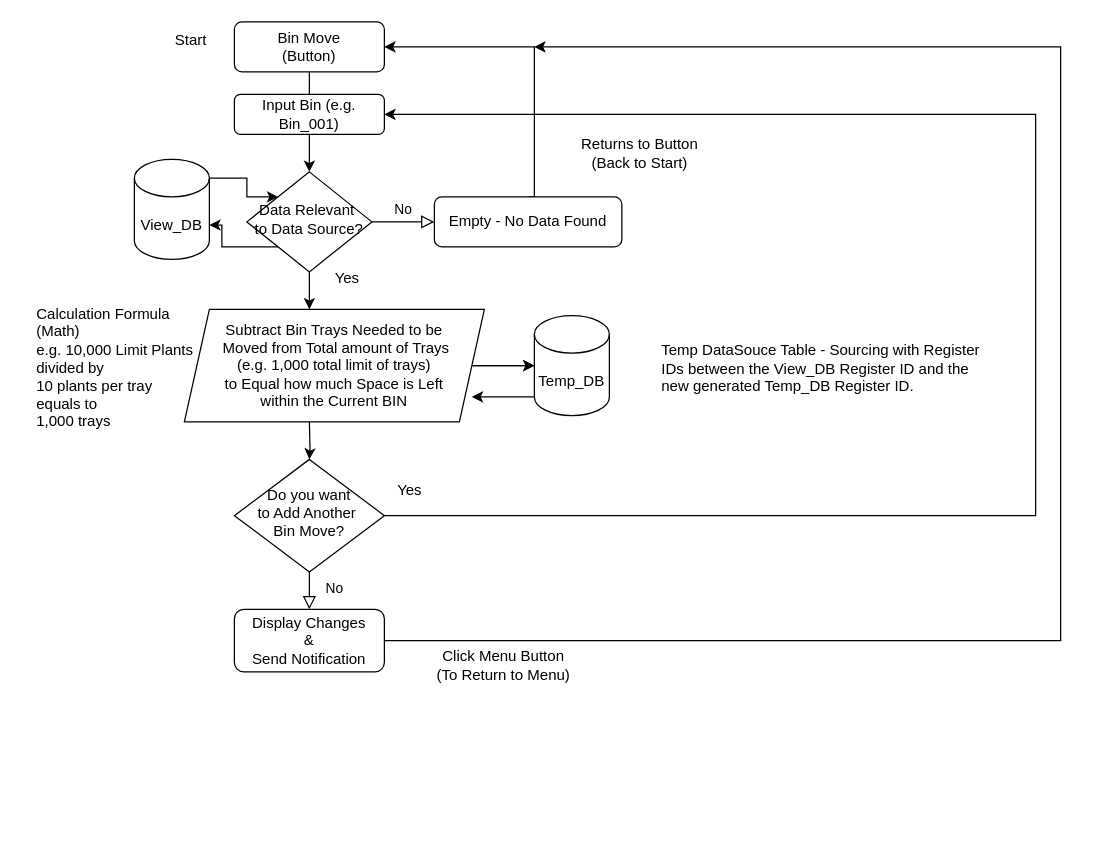
This is KWS-001_TransplantBinTrayApp.drawio from Jmeza01/KWS-BinTrayApp, a draw.io file, before an edit. Source tidied: cells renumbered, new cells numbered last; positions are measured from the earlier drawing's top-left corner, leaving out a move shared by most shapes. Both pictures are drawn from the tidied source at 125%, with x=0, y=0 at pixel (34, 21).
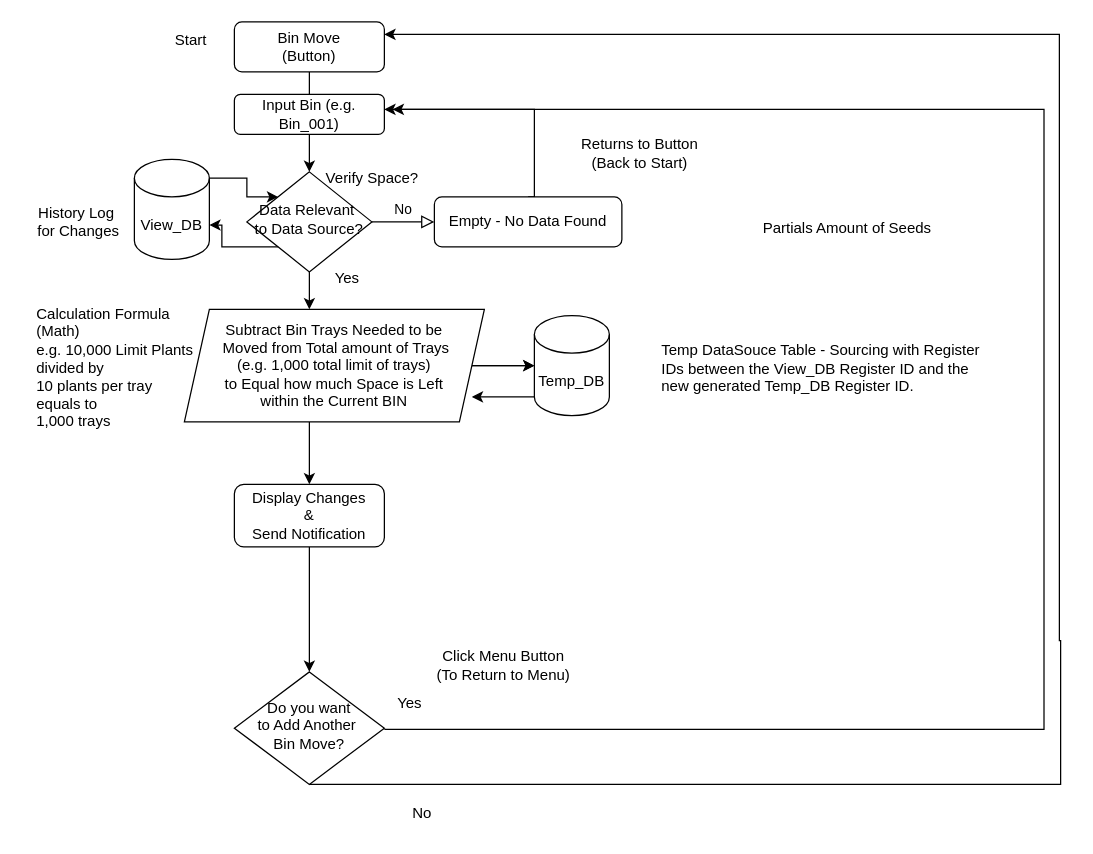
After the change.

Unchanged cells that the change refers to:
```xml
<mxCell id="3" value="Bin Move&lt;br&gt;(Button)" style="rounded=1;whiteSpace=wrap;html=1;fontSize=12;glass=0;strokeWidth=1;shadow=0;" parent="1" vertex="1">
  <mxGeometry x="160" width="120" height="40" as="geometry" />
</mxCell>
<mxCell id="8" value="Empty - No Data Found" style="rounded=1;whiteSpace=wrap;html=1;fontSize=12;glass=0;strokeWidth=1;shadow=0;" parent="1" vertex="1">
  <mxGeometry x="320" y="140" width="150" height="40" as="geometry" />
</mxCell>
<mxCell id="30" value="Input Bin (e.g. Bin_001)" style="rounded=1;whiteSpace=wrap;html=1;" parent="1" vertex="1">
  <mxGeometry x="160" y="58" width="120" height="32" as="geometry" />
</mxCell>
```

Diff of the diagram source:
```diff
@@
-    <mxCell id="7" style="edgeStyle=orthogonalEdgeStyle;rounded=0;jettySize=auto;html=1;entryX=1;entryY=0.5;entryDx=0;entryDy=0;exitX=0.5;exitY=0;exitDx=0;exitDy=0;" parent="1" edge="1" source="8" target="3">
+    <mxCell id="7" style="edgeStyle=orthogonalEdgeStyle;rounded=0;jettySize=auto;html=1;exitX=0.5;exitY=0;exitDx=0;exitDy=0;" parent="1" edge="1" source="8">
       <mxGeometry relative="1" as="geometry">
+        <mxPoint x="280" y="70" as="targetPoint" />
         <Array as="points">
           <mxPoint x="400" y="140" />
-          <mxPoint x="400" y="20" />
+          <mxPoint x="400" y="70" />
         </Array>
       </mxGeometry>
     </mxCell>
@@
-    <mxCell id="9" value="No" style="rounded=0;html=1;jettySize=auto;fontSize=11;endArrow=block;endFill=0;endSize=8;strokeWidth=1;shadow=0;labelBackgroundColor=none;edgeStyle=orthogonalEdgeStyle;" parent="1" edge="1" source="11" target="13">
-      <mxGeometry x="0.33" y="20" relative="1" as="geometry" />
-    </mxCell>
-    <mxCell id="10" style="edgeStyle=orthogonalEdgeStyle;rounded=0;jettySize=auto;html=1;entryX=1;entryY=0.5;entryDx=0;entryDy=0;" parent="1" edge="1" source="11" target="30">
+    <mxCell id="10" style="edgeStyle=orthogonalEdgeStyle;rounded=0;orthogonalLoop=1;jettySize=auto;html=1;entryX=1;entryY=0.5;entryDx=0;entryDy=0;" parent="1" edge="1">
       <mxGeometry relative="1" as="geometry">
+        <mxPoint x="280" y="566" as="sourcePoint" />
+        <mxPoint x="286.7" y="70" as="targetPoint" />
         <Array as="points">
-          <mxPoint x="801" y="395" />
-          <mxPoint x="801" y="74" />
+          <mxPoint x="807.7" y="566" />
+          <mxPoint x="807.7" y="70" />
         </Array>
       </mxGeometry>
     </mxCell>
     <mxCell id="11" value="Do you want&lt;br&gt;to Add Another&amp;nbsp;&lt;br&gt;Bin Move?" style="rhombus;whiteSpace=wrap;html=1;shadow=0;fontFamily=Helvetica;fontSize=12;align=center;strokeWidth=1;spacing=6;spacingTop=-4;" parent="1" vertex="1">
-      <mxGeometry x="160" y="350" width="120" height="90" as="geometry" />
+      <mxGeometry x="160" y="520" width="120" height="90" as="geometry" />
     </mxCell>
-    <mxCell id="12" style="edgeStyle=orthogonalEdgeStyle;rounded=0;jettySize=auto;html=1;" parent="1" edge="1" source="13">
+    <mxCell id="12" style="edgeStyle=orthogonalEdgeStyle;rounded=0;jettySize=auto;html=1;entryX=1;entryY=0.25;entryDx=0;entryDy=0;exitX=0.5;exitY=1;exitDx=0;exitDy=0;" parent="1" edge="1" source="11" target="3">
       <mxGeometry relative="1" as="geometry">
-        <mxPoint x="400" y="20" as="targetPoint" />
         <Array as="points">
+          <mxPoint x="821" y="610" />
           <mxPoint x="821" y="495" />
+          <mxPoint x="820" y="495" />
+          <mxPoint x="820" y="10" />
         </Array>
       </mxGeometry>
     </mxCell>
+    <mxCell id="32" style="edgeStyle=orthogonalEdgeStyle;rounded=0;jettySize=auto;html=1;entryX=0.5;entryY=0;entryDx=0;entryDy=0;" parent="1" edge="1" source="13" target="11">
+      <mxGeometry relative="1" as="geometry" />
+    </mxCell>
     <mxCell id="13" value="Display Changes&lt;br&gt;&amp;amp;&lt;br&gt;Send Notification" style="rounded=1;whiteSpace=wrap;html=1;fontSize=12;glass=0;strokeWidth=1;shadow=0;" parent="1" vertex="1">
-      <mxGeometry x="160" y="470" width="120" height="50" as="geometry" />
+      <mxGeometry x="160" y="370" width="120" height="50" as="geometry" />
     </mxCell>
-    <mxCell id="14" style="edgeStyle=orthogonalEdgeStyle;rounded=0;jettySize=auto;html=1;" parent="1" edge="1" target="11">
+    <mxCell id="14" style="edgeStyle=orthogonalEdgeStyle;rounded=0;orthogonalLoop=1;jettySize=auto;html=1;" parent="1" edge="1">
       <mxGeometry relative="1" as="geometry">
         <mxPoint x="220" y="320" as="sourcePoint" />
+        <mxPoint x="220" y="370" as="targetPoint" />
       </mxGeometry>
     </mxCell>
@@
     <mxCell id="19" value="Yes" style="text;html=1;align=center;verticalAlign=middle;strokeColor=none;fillColor=none;" parent="1" vertex="1">
-      <mxGeometry x="280" y="360" width="40" height="30" as="geometry" />
+      <mxGeometry x="280" y="530" width="40" height="30" as="geometry" />
     </mxCell>
@@
+    <mxCell id="9" value="No" style="text;html=1;align=center;verticalAlign=middle;strokeColor=none;fillColor=none;" parent="1" vertex="1">
+      <mxGeometry x="290" y="618" width="40" height="30" as="geometry" />
+    </mxCell>
+    <mxCell id="33" value="History Log&amp;nbsp;&lt;br&gt;for Changes" style="text;html=1;align=center;verticalAlign=middle;strokeColor=none;fillColor=none;" parent="1" vertex="1">
+      <mxGeometry x="-10" y="140" width="90" height="40" as="geometry" />
+    </mxCell>
+    <mxCell id="34" value="Verify Space?" style="text;html=1;align=center;verticalAlign=middle;strokeColor=none;fillColor=none;" parent="1" vertex="1">
+      <mxGeometry x="220" y="110" width="100" height="30" as="geometry" />
+    </mxCell>
+    <mxCell id="35" value="Partials Amount of Seeds" style="text;html=1;align=center;verticalAlign=middle;strokeColor=none;fillColor=none;" parent="1" vertex="1">
+      <mxGeometry x="570" y="150" width="160" height="30" as="geometry" />
+    </mxCell>
```
